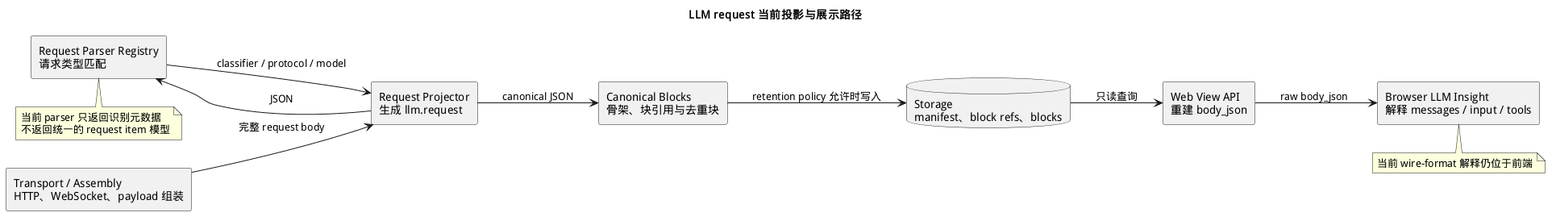
The PlantUML diagram docs/architecture/components/assets/llm-request-projection.png in openeuler-mirror/AcTrail, before a commit.
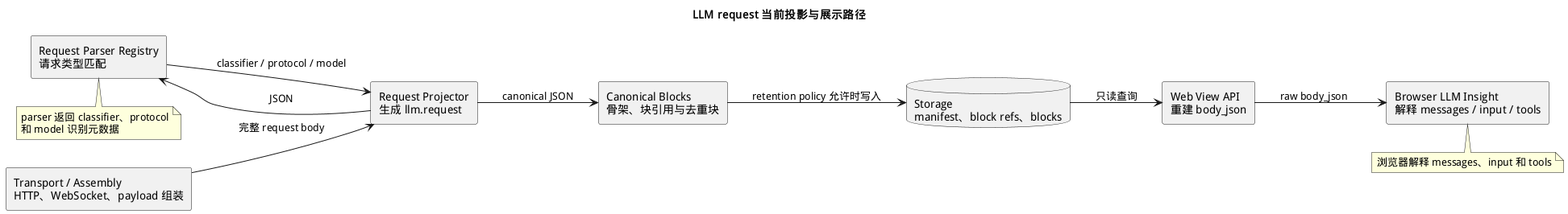
The same file after the commit.

The edit, as a diff of the source:
```diff
@@ -22,11 +22,11 @@
 Api --> Browser : raw body_json
 
 note bottom of Registry
-  当前 parser 只返回识别元数据
-  不返回统一的 request item 模型
+  parser 返回 classifier、protocol
+  和 model 识别元数据
 end note
 
 note bottom of Browser
-  当前 wire-format 解释仍位于前端
+  浏览器解释 messages、input 和 tools
 end note
 @enduml
```
